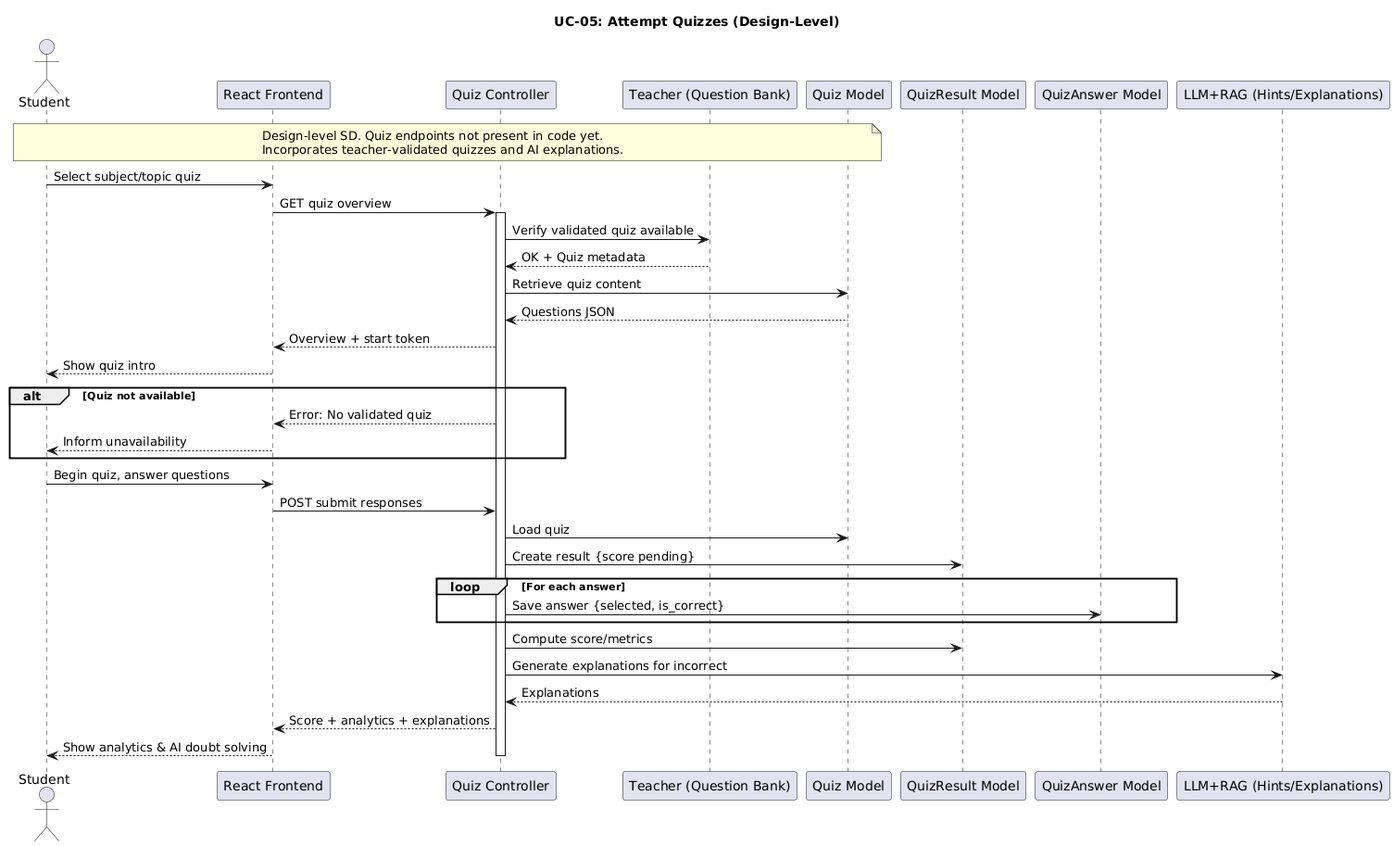
Above: planttext/us5-v1.png in MMMustafakamran/SDs (PlantUML), before the change.
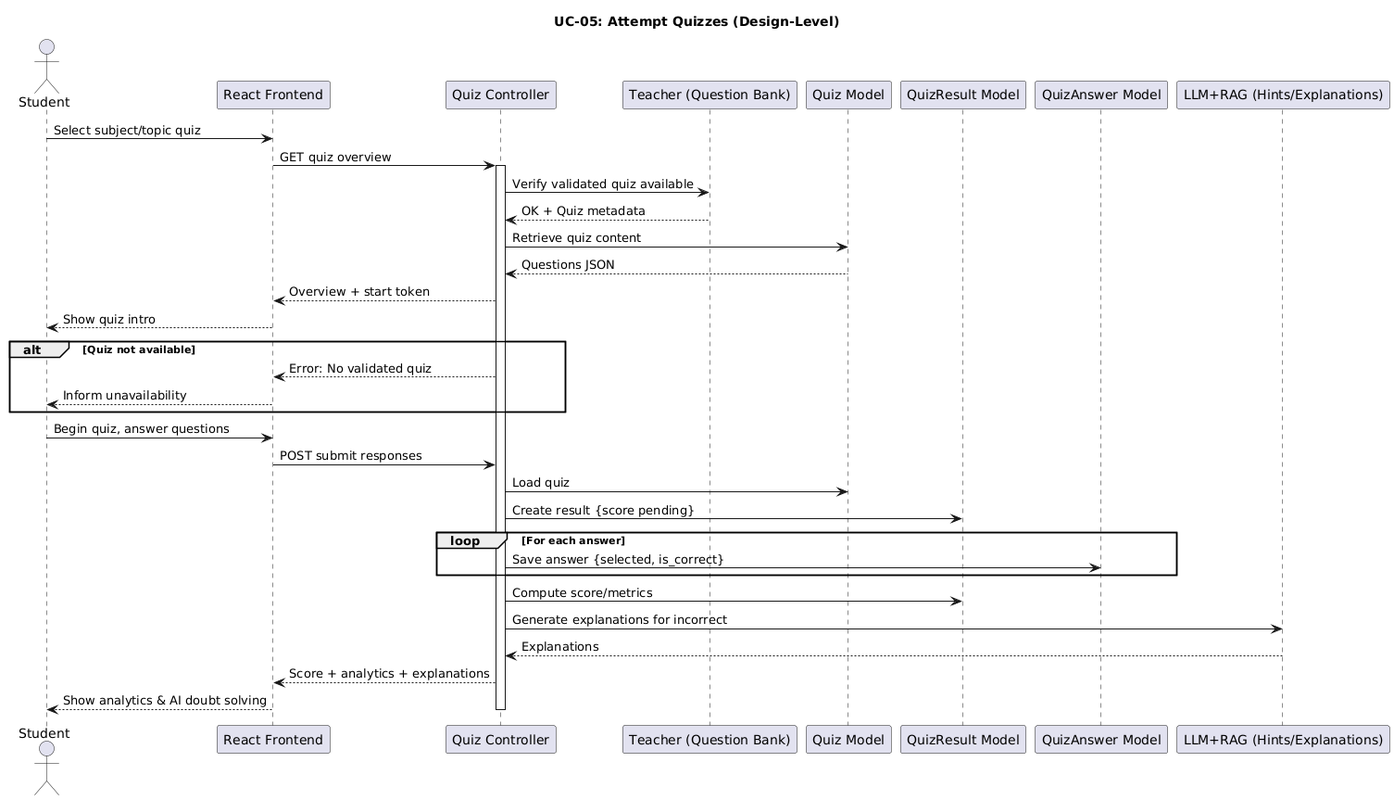
The same file after the commit.

Diff of the diagram source:
```diff
@@ -10,10 +10,6 @@
 participant QuizAnswer as "QuizAnswer Model"
 participant LLM as "LLM+RAG (Hints/Explanations)"
 
-note over Student, Quiz
-Design-level SD. Quiz endpoints not present in code yet.
-Incorporates teacher-validated quizzes and AI explanations.
-end note
 
 Student -> Frontend : Select subject/topic quiz
 Frontend -> QuizAPI : GET quiz overview
```
